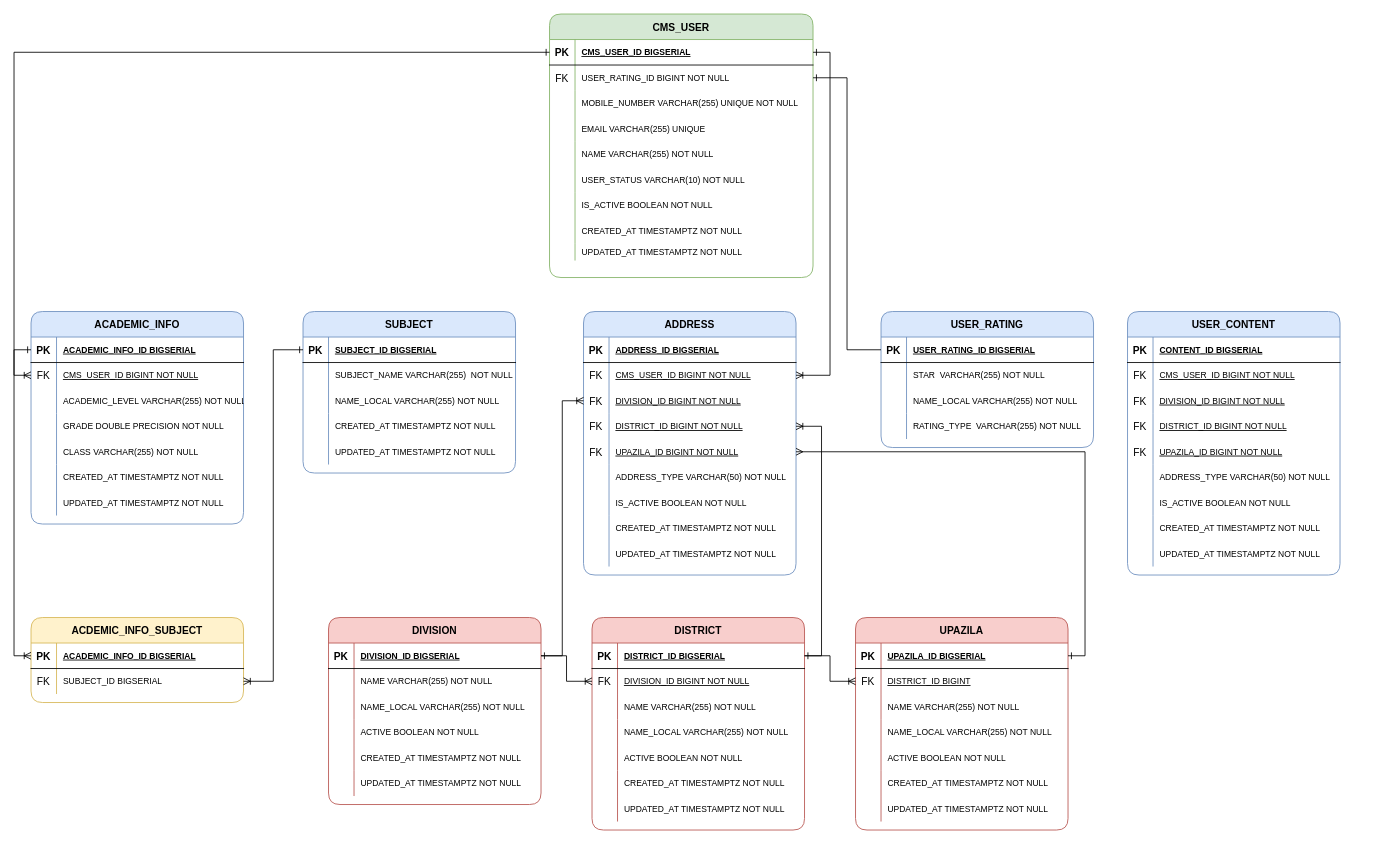
Above: cms.drawio in sohag16030/CMS (draw.io), before the change. Source tidied: cells renumbered, new cells numbered last; positions are measured from the earlier drawing's top-left corner, leaving out a move shared by most shapes. Both pictures are drawn from the tidied source at 85%, with x=0, y=0 at pixel (31, 14).
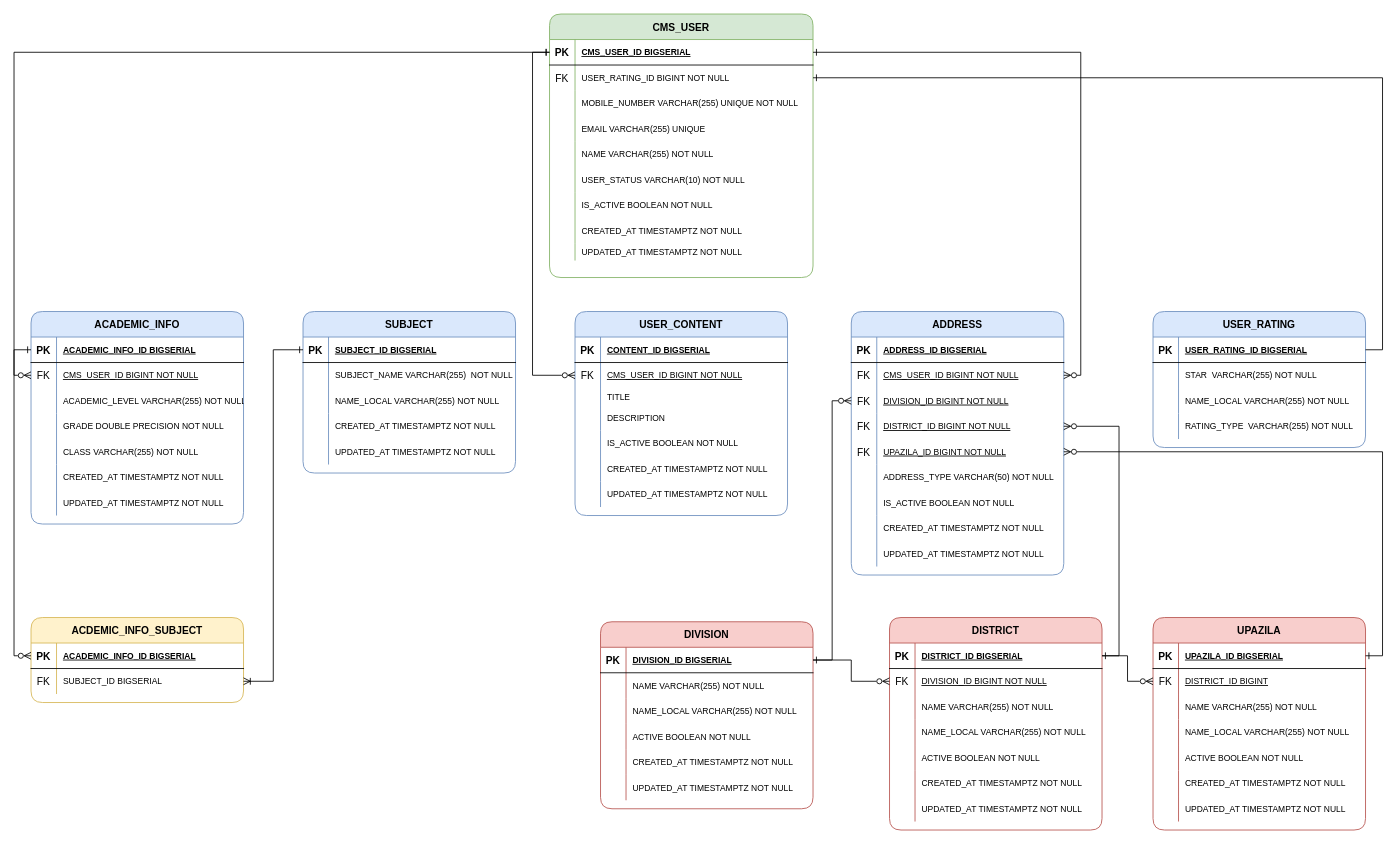
The same diagram, later.

Unchanged cells that the change refers to:
```xml
<mxCell id="6" style="shape=partialRectangle;fillColor=none;points=[[0,0.5],[1,0.5]];portConstraint=eastwest;top=0;left=0;right=0;bottom=0;rounded=1;" parent="2" vertex="1">
  <mxGeometry y="60" width="250" height="30" as="geometry" />
</mxCell>
<mxCell id="9" style="shape=partialRectangle;fillColor=none;points=[[0,0.5],[1,0.5]];portConstraint=eastwest;top=0;left=0;right=0;bottom=0;rounded=1;" parent="2" vertex="1">
  <mxGeometry y="90" width="250" height="30" as="geometry" />
</mxCell>
<mxCell id="12" style="shape=partialRectangle;fillColor=none;points=[[0,0.5],[1,0.5]];portConstraint=eastwest;top=0;left=0;right=0;bottom=0;rounded=1;" parent="2" vertex="1">
  <mxGeometry y="120" width="250" height="30" as="geometry" />
</mxCell>
<mxCell id="15" style="shape=partialRectangle;fillColor=none;points=[[0,0.5],[1,0.5]];portConstraint=eastwest;top=0;left=0;right=0;bottom=0;rounded=1;" parent="2" vertex="1">
  <mxGeometry y="150" width="250" height="30" as="geometry" />
</mxCell>
<mxCell id="31" style="shape=partialRectangle;fillColor=none;points=[[0,0.5],[1,0.5]];portConstraint=eastwest;top=0;left=0;right=0;bottom=1;rounded=1;" parent="30" vertex="1">
  <mxGeometry y="30" width="250" height="30" as="geometry" />
</mxCell>
<mxCell id="50" style="shape=partialRectangle;fillColor=none;points=[[0,0.5],[1,0.5]];portConstraint=eastwest;top=0;left=0;right=0;bottom=1;rounded=1;" parent="49" vertex="1">
  <mxGeometry y="30" width="250" height="30" as="geometry" />
</mxCell>
<mxCell id="53" style="shape=partialRectangle;fillColor=none;points=[[0,0.5],[1,0.5]];portConstraint=eastwest;top=0;left=0;right=0;bottom=0;rounded=1;" parent="49" vertex="1">
  <mxGeometry y="60" width="250" height="30" as="geometry" />
</mxCell>
<mxCell id="72" style="shape=partialRectangle;fillColor=none;points=[[0,0.5],[1,0.5]];portConstraint=eastwest;top=0;left=0;right=0;bottom=1;rounded=1;" parent="71" vertex="1">
  <mxGeometry y="30" width="250" height="30" as="geometry" />
</mxCell>
<mxCell id="75" style="shape=partialRectangle;fillColor=none;points=[[0,0.5],[1,0.5]];portConstraint=eastwest;top=0;left=0;right=0;bottom=0;rounded=1;" parent="71" vertex="1">
  <mxGeometry y="60" width="250" height="30" as="geometry" />
</mxCell>
<mxCell id="94" style="shape=partialRectangle;fillColor=none;points=[[0,0.5],[1,0.5]];portConstraint=eastwest;top=0;left=0;right=0;bottom=1;rounded=1;" parent="93" vertex="1">
  <mxGeometry y="30" width="250" height="30" as="geometry" />
</mxCell>
<mxCell id="107" style="shape=partialRectangle;fillColor=none;points=[[0,0.5],[1,0.5]];portConstraint=eastwest;top=0;left=0;right=0;bottom=1;rounded=1;" parent="106" vertex="1">
  <mxGeometry y="30" width="250" height="30" as="geometry" />
</mxCell>
<mxCell id="110" style="shape=partialRectangle;fillColor=none;points=[[0,0.5],[1,0.5]];portConstraint=eastwest;top=0;left=0;right=0;bottom=0;rounded=1;" parent="106" vertex="1">
  <mxGeometry y="60" width="250" height="30" as="geometry" />
</mxCell>
<mxCell id="145" style="shape=partialRectangle;fillColor=none;points=[[0,0.5],[1,0.5]];portConstraint=eastwest;top=0;left=0;right=0;bottom=1;rounded=1;" parent="144" vertex="1">
  <mxGeometry y="30" width="310" height="30" as="geometry" />
</mxCell>
<mxCell id="148" style="shape=partialRectangle;fillColor=none;points=[[0,0.5],[1,0.5]];portConstraint=eastwest;top=0;left=0;right=0;bottom=0;rounded=1;" parent="144" vertex="1">
  <mxGeometry y="60" width="310" height="30" as="geometry" />
</mxCell>
<mxCell id="173" style="shape=partialRectangle;fillColor=none;points=[[0,0.5],[1,0.5]];portConstraint=eastwest;top=0;left=0;right=0;bottom=1;rounded=1;" parent="172" vertex="1">
  <mxGeometry y="30" width="250" height="30" as="geometry" />
</mxCell>
<mxCell id="193" style="shape=partialRectangle;fillColor=none;points=[[0,0.5],[1,0.5]];portConstraint=eastwest;top=0;left=0;right=0;bottom=0;rounded=1;" parent="189" vertex="1">
  <mxGeometry y="60" width="250" height="30" as="geometry" />
</mxCell>
```

What changed in the source:
```diff
@@
     <mxCell id="2" value="ADDRESS" style="shape=table;startSize=30;childLayout=tableLayout;rowLines=0;fontStyle=1;align=center;fillColor=#dae8fc;strokeColor=#6c8ebf;rounded=1;" parent="1" vertex="1">
-      <mxGeometry x="650" y="350" width="250" height="310" as="geometry" />
+      <mxGeometry x="965" y="350" width="250" height="310" as="geometry" />
     </mxCell>
@@
     <mxCell id="30" value="DIVISION" style="shape=table;startSize=30;childLayout=tableLayout;rowLines=0;fontStyle=1;align=center;fillColor=#f8cecc;strokeColor=#b85450;rounded=1;" parent="1" vertex="1">
-      <mxGeometry x="350" y="710" width="250" height="220" as="geometry" />
+      <mxGeometry x="670" y="715" width="250" height="220" as="geometry" />
     </mxCell>
@@
     <mxCell id="49" value="DISTRICT" style="shape=table;startSize=30;childLayout=tableLayout;rowLines=0;fontStyle=1;align=center;fillColor=#f8cecc;strokeColor=#b85450;rounded=1;" parent="1" vertex="1">
-      <mxGeometry x="660" y="710" width="250" height="250" as="geometry" />
+      <mxGeometry x="1010" y="710" width="250" height="250" as="geometry" />
     </mxCell>
@@
     <mxCell id="71" value="UPAZILA" style="shape=table;startSize=30;childLayout=tableLayout;rowLines=0;fontStyle=1;align=center;fillColor=#f8cecc;strokeColor=#b85450;rounded=1;" parent="1" vertex="1">
-      <mxGeometry x="970" y="710" width="250" height="250" as="geometry" />
+      <mxGeometry x="1320" y="710" width="250" height="250" as="geometry" />
     </mxCell>
@@
     <mxCell id="93" value="USER_RATING" style="shape=table;startSize=30;childLayout=tableLayout;rowLines=0;fontStyle=1;align=center;fillColor=#dae8fc;strokeColor=#6c8ebf;rounded=1;" parent="1" vertex="1">
-      <mxGeometry x="1000" y="350" width="250" height="160" as="geometry" />
+      <mxGeometry x="1320" y="350" width="250" height="160" as="geometry" />
     </mxCell>
@@
-    <mxCell id="179" style="edgeStyle=orthogonalEdgeStyle;rounded=0;jettySize=auto;html=1;entryX=0;entryY=0.5;entryDx=0;entryDy=0;startArrow=ERone;startFill=0;endArrow=ERoneToMany;endFill=0;" parent="1" edge="1" source="145" target="110">
+    <mxCell id="179" style="edgeStyle=orthogonalEdgeStyle;rounded=0;jettySize=auto;html=1;entryX=0;entryY=0.5;entryDx=0;entryDy=0;startArrow=ERone;startFill=0;endArrow=ERzeroToMany;endFill=0;" parent="1" edge="1" source="145" target="110">
       <mxGeometry relative="1" as="geometry" />
     </mxCell>
-    <mxCell id="180" style="edgeStyle=orthogonalEdgeStyle;rounded=0;jettySize=auto;html=1;exitX=1;exitY=0.5;exitDx=0;exitDy=0;entryX=1;entryY=0.5;entryDx=0;entryDy=0;startArrow=ERone;startFill=0;endArrow=ERoneToMany;endFill=0;" parent="1" edge="1" source="145" target="6">
+    <mxCell id="180" style="edgeStyle=orthogonalEdgeStyle;rounded=0;jettySize=auto;html=1;exitX=1;exitY=0.5;exitDx=0;exitDy=0;entryX=1;entryY=0.5;entryDx=0;entryDy=0;startArrow=ERone;startFill=0;endArrow=ERzeroToMany;endFill=0;" parent="1" edge="1" source="145" target="6">
       <mxGeometry relative="1" as="geometry" />
     </mxCell>
-    <mxCell id="181" style="edgeStyle=orthogonalEdgeStyle;rounded=0;jettySize=auto;html=1;entryX=1;entryY=0.5;entryDx=0;entryDy=0;startArrow=none;startFill=0;endArrow=ERone;endFill=0;" parent="1" edge="1" source="94" target="148">
+    <mxCell id="181" style="edgeStyle=orthogonalEdgeStyle;rounded=0;jettySize=auto;html=1;entryX=1;entryY=0.5;entryDx=0;entryDy=0;startArrow=none;startFill=0;endArrow=ERone;endFill=0;exitX=1;exitY=0.5;exitDx=0;exitDy=0;" parent="1" edge="1" source="94" target="148">
       <mxGeometry relative="1" as="geometry" />
     </mxCell>
-    <mxCell id="182" style="edgeStyle=orthogonalEdgeStyle;rounded=0;jettySize=auto;html=1;entryX=1;entryY=0.5;entryDx=0;entryDy=0;startArrow=ERoneToMany;startFill=0;endArrow=ERone;endFill=0;" parent="1" edge="1" source="9" target="31">
+    <mxCell id="182" style="edgeStyle=orthogonalEdgeStyle;rounded=0;jettySize=auto;html=1;entryX=1;entryY=0.5;entryDx=0;entryDy=0;startArrow=ERzeroToMany;startFill=0;endArrow=ERone;endFill=0;" parent="1" edge="1" source="9" target="31">
       <mxGeometry relative="1" as="geometry" />
     </mxCell>
-    <mxCell id="183" style="edgeStyle=orthogonalEdgeStyle;rounded=0;jettySize=auto;html=1;entryX=1;entryY=0.5;entryDx=0;entryDy=0;startArrow=ERoneToMany;startFill=0;endArrow=ERone;endFill=0;" parent="1" edge="1" source="12" target="50">
+    <mxCell id="183" style="edgeStyle=orthogonalEdgeStyle;rounded=0;jettySize=auto;html=1;entryX=1;entryY=0.5;entryDx=0;entryDy=0;startArrow=ERzeroToMany;startFill=0;endArrow=ERone;endFill=0;" parent="1" edge="1" source="12" target="50">
       <mxGeometry relative="1" as="geometry" />
     </mxCell>
-    <mxCell id="184" style="edgeStyle=orthogonalEdgeStyle;rounded=0;jettySize=auto;html=1;exitX=1;exitY=0.5;exitDx=0;exitDy=0;entryX=1;entryY=0.5;entryDx=0;entryDy=0;startArrow=ERmany;startFill=0;endArrow=ERone;endFill=0;" parent="1" edge="1" source="15" target="72">
+    <mxCell id="184" style="edgeStyle=orthogonalEdgeStyle;rounded=0;jettySize=auto;html=1;exitX=1;exitY=0.5;exitDx=0;exitDy=0;entryX=1;entryY=0.5;entryDx=0;entryDy=0;startArrow=ERzeroToMany;startFill=0;endArrow=ERone;endFill=0;" parent="1" edge="1" source="15" target="72">
       <mxGeometry relative="1" as="geometry" />
     </mxCell>
-    <mxCell id="185" style="edgeStyle=orthogonalEdgeStyle;rounded=0;jettySize=auto;html=1;entryX=1;entryY=0.5;entryDx=0;entryDy=0;startArrow=ERoneToMany;startFill=0;endArrow=none;endFill=0;" parent="1" edge="1" source="53" target="31">
+    <mxCell id="185" style="edgeStyle=orthogonalEdgeStyle;rounded=0;jettySize=auto;html=1;entryX=1;entryY=0.5;entryDx=0;entryDy=0;startArrow=ERzeroToMany;startFill=0;endArrow=none;endFill=0;" parent="1" edge="1" source="53" target="31">
       <mxGeometry relative="1" as="geometry" />
     </mxCell>
-    <mxCell id="186" style="edgeStyle=orthogonalEdgeStyle;rounded=0;jettySize=auto;html=1;exitX=0;exitY=0.5;exitDx=0;exitDy=0;entryX=1;entryY=0.5;entryDx=0;entryDy=0;endArrow=none;endFill=0;startArrow=ERoneToMany;startFill=0;" parent="1" edge="1" source="75" target="50">
+    <mxCell id="186" style="edgeStyle=orthogonalEdgeStyle;rounded=0;jettySize=auto;html=1;exitX=0;exitY=0.5;exitDx=0;exitDy=0;entryX=1;entryY=0.5;entryDx=0;entryDy=0;endArrow=none;endFill=0;startArrow=ERzeroToMany;startFill=0;" parent="1" edge="1" source="75" target="50">
       <mxGeometry relative="1" as="geometry" />
     </mxCell>
@@
-    <mxCell id="188" style="edgeStyle=orthogonalEdgeStyle;rounded=0;jettySize=auto;html=1;entryX=0;entryY=0.5;entryDx=0;entryDy=0;startArrow=ERone;startFill=0;endArrow=ERoneToMany;endFill=0;" parent="1" edge="1" source="107" target="173">
+    <mxCell id="188" style="edgeStyle=orthogonalEdgeStyle;rounded=0;jettySize=auto;html=1;entryX=0;entryY=0.5;entryDx=0;entryDy=0;startArrow=ERone;startFill=0;endArrow=ERzeroToMany;endFill=0;" parent="1" edge="1" source="107" target="173">
       <mxGeometry relative="1" as="geometry" />
     </mxCell>
     <mxCell id="189" value="USER_CONTENT" style="shape=table;startSize=30;childLayout=tableLayout;rowLines=0;fontStyle=1;align=center;fillColor=#dae8fc;strokeColor=#6c8ebf;rounded=1;" parent="1" vertex="1">
-      <mxGeometry x="1290" y="350" width="250" height="310" as="geometry" />
+      <mxGeometry x="640" y="350" width="250" height="240" as="geometry" />
     </mxCell>
@@
-    <mxCell id="195" value="CMS_USER_ID BIGINT NOT NULL" style="shape=partialRectangle;overflow=hidden;fillColor=none;top=0;left=0;bottom=0;right=0;align=left;spacingLeft=6;fontSize=10;fontStyle=4;rounded=1;" parent="193" vertex="1">
+    <mxCell id="195" value="CMS_USER_ID BIGINT NOT NULL" style="shape=partialRectangle;overflow=hidden;fillColor=none;top=0;left=0;bottom=0;right=0;align=left;spacingLeft=6;fontSize=10;fontStyle=4;rounded=1;" parent="193" vertex="1">
       <mxGeometry x="30" width="220" height="30" as="geometry" />
     </mxCell>
     <mxCell id="196" style="shape=partialRectangle;fillColor=none;top=0;left=0;right=0;bottom=0;rounded=1;" parent="189" vertex="1">
-      <mxGeometry y="90" width="250" height="30" as="geometry" />
+      <mxGeometry y="90" width="250" height="20" as="geometry" />
     </mxCell>
-    <mxCell id="197" value="FK" style="shape=partialRectangle;overflow=hidden;fillColor=none;top=0;left=0;bottom=0;right=0;rounded=1;" parent="196" vertex="1">
-      <mxGeometry width="30" height="30" as="geometry" />
+    <mxCell id="197" style="shape=partialRectangle;overflow=hidden;fillColor=none;top=0;left=0;bottom=0;right=0;rounded=1;" parent="196" vertex="1">
+      <mxGeometry width="30" height="20" as="geometry" />
     </mxCell>
-    <mxCell id="198" value="DIVISION_ID BIGINT NOT NULL" style="shape=partialRectangle;overflow=hidden;fillColor=none;top=0;left=0;bottom=0;right=0;align=left;spacingLeft=6;fontSize=10;fontStyle=4;rounded=1;" parent="196" vertex="1">
-      <mxGeometry x="30" width="220" height="30" as="geometry" />
+    <mxCell id="198" value="TITLE" style="shape=partialRectangle;overflow=hidden;fillColor=none;top=0;left=0;bottom=0;right=0;align=left;spacingLeft=6;fontSize=10;fontStyle=0;rounded=1;" parent="196" vertex="1">
+      <mxGeometry x="30" width="220" height="20" as="geometry" />
     </mxCell>
     <mxCell id="199" style="shape=partialRectangle;fillColor=none;top=0;left=0;right=0;bottom=0;rounded=1;" parent="189" vertex="1">
-      <mxGeometry y="120" width="250" height="30" as="geometry" />
+      <mxGeometry y="110" width="250" height="30" as="geometry" />
     </mxCell>
-    <mxCell id="200" value="FK" style="shape=partialRectangle;overflow=hidden;fillColor=none;top=0;left=0;bottom=0;right=0;rounded=1;" parent="199" vertex="1">
+    <mxCell id="200" style="shape=partialRectangle;overflow=hidden;fillColor=none;top=0;left=0;bottom=0;right=0;rounded=1;" parent="199" vertex="1">
       <mxGeometry width="30" height="30" as="geometry" />
     </mxCell>
-    <mxCell id="201" value="DISTRICT_ID BIGINT NOT NULL" style="shape=partialRectangle;overflow=hidden;fillColor=none;top=0;left=0;bottom=0;right=0;align=left;spacingLeft=6;fontSize=10;fontStyle=4;rounded=1;" parent="199" vertex="1">
+    <mxCell id="201" value="DESCRIPTION" style="shape=partialRectangle;overflow=hidden;fillColor=none;top=0;left=0;bottom=0;right=0;align=left;spacingLeft=6;fontSize=10;fontStyle=0;rounded=1;" parent="199" vertex="1">
       <mxGeometry x="30" width="220" height="30" as="geometry" />
     </mxCell>
-    <mxCell id="202" style="shape=partialRectangle;fillColor=none;top=0;left=0;right=0;bottom=0;rounded=1;" parent="189" vertex="1">
-      <mxGeometry y="150" width="250" height="30" as="geometry" />
-    </mxCell>
-    <mxCell id="203" value="FK" style="shape=partialRectangle;overflow=hidden;fillColor=none;top=0;left=0;bottom=0;right=0;rounded=1;" parent="202" vertex="1">
-      <mxGeometry width="30" height="30" as="geometry" />
-    </mxCell>
-    <mxCell id="204" value="UPAZILA_ID BIGINT NOT NULL" style="shape=partialRectangle;overflow=hidden;fillColor=none;top=0;left=0;bottom=0;right=0;align=left;spacingLeft=6;fontSize=10;fontStyle=4;rounded=1;" parent="202" vertex="1">
-      <mxGeometry x="30" width="220" height="30" as="geometry" />
-    </mxCell>
-    <mxCell id="205" style="shape=partialRectangle;fillColor=none;top=0;left=0;right=0;bottom=0;rounded=1;" parent="189" vertex="1">
-      <mxGeometry y="180" width="250" height="30" as="geometry" />
-    </mxCell>
-    <mxCell id="206" style="shape=partialRectangle;overflow=hidden;fillColor=none;top=0;left=0;bottom=0;right=0;rounded=1;" parent="205" vertex="1">
-      <mxGeometry width="30" height="30" as="geometry" />
-    </mxCell>
-    <mxCell id="207" value="ADDRESS_TYPE VARCHAR(50) NOT NULL" style="shape=partialRectangle;overflow=hidden;fillColor=none;top=0;left=0;bottom=0;right=0;align=left;spacingLeft=6;fontSize=10;fontStyle=0;rounded=1;" parent="205" vertex="1">
-      <mxGeometry x="30" width="220" height="30" as="geometry" />
-    </mxCell>
     <mxCell id="208" style="shape=partialRectangle;fillColor=none;top=0;left=0;right=0;bottom=0;rounded=1;" parent="189" vertex="1">
-      <mxGeometry y="210" width="250" height="30" as="geometry" />
+      <mxGeometry y="140" width="250" height="30" as="geometry" />
     </mxCell>
@@
     <mxCell id="211" style="shape=partialRectangle;fillColor=none;top=0;left=0;right=0;bottom=0;rounded=1;" parent="189" vertex="1">
-      <mxGeometry y="240" width="250" height="30" as="geometry" />
+      <mxGeometry y="170" width="250" height="30" as="geometry" />
     </mxCell>
@@
     <mxCell id="214" style="shape=partialRectangle;fillColor=none;top=0;left=0;right=0;bottom=0;rounded=1;" parent="189" vertex="1">
-      <mxGeometry y="270" width="250" height="30" as="geometry" />
+      <mxGeometry y="200" width="250" height="30" as="geometry" />
     </mxCell>
@@
+    <mxCell id="217" style="edgeStyle=orthogonalEdgeStyle;rounded=0;jettySize=auto;html=1;exitX=1;exitY=0.5;exitDx=0;exitDy=0;" parent="1" edge="1" source="72">
+      <mxGeometry relative="1" as="geometry">
+        <mxPoint x="1570.1" y="755.3" as="targetPoint" />
+      </mxGeometry>
+    </mxCell>
+    <mxCell id="218" style="edgeStyle=orthogonalEdgeStyle;rounded=0;jettySize=auto;html=1;entryX=0;entryY=0.5;entryDx=0;entryDy=0;startArrow=ERzeroToMany;startFill=0;endArrow=ERone;endFill=0;" parent="1" edge="1" source="193" target="145">
+      <mxGeometry relative="1" as="geometry" />
+    </mxCell>
```
